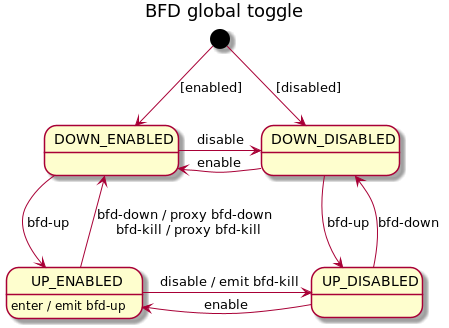
This is docs/design/network-discovery/bfd-global-toggle.png from telstra/open-kilda, a PlantUML export, as it was before one commit.
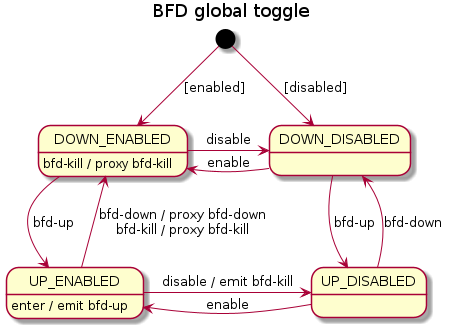
After the change.

What changed in the source:
```diff
@@ -5,6 +5,7 @@
 
 DOWN_ENABLED -r-> DOWN_DISABLED : disable
 DOWN_ENABLED --> UP_ENABLED : bfd-up
+DOWN_ENABLED : bfd-kill / proxy bfd-kill
 
 DOWN_DISABLED -l-> DOWN_ENABLED : enable
 DOWN_DISABLED --> UP_DISABLED : bfd-up
```
